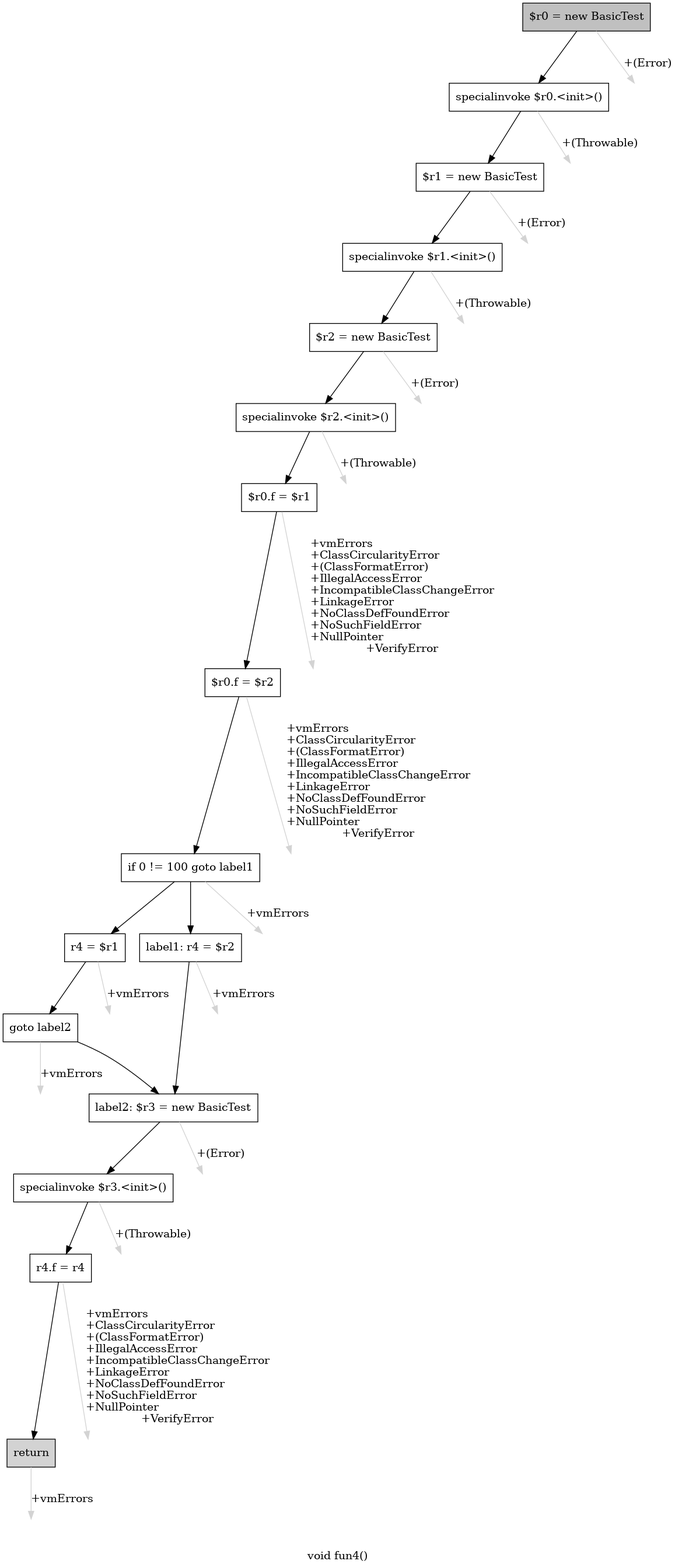
Before: cfg.png, a diagram exported from Graphviz (khushit-shah/PointsToAnalysisJava). Its source is kept beside it as cfg.dot. The source it was exported from:
```dot
digraph "void fun4()" {
    label="void fun4()";
    node [shape=box];
    "0" [style=filled,fillcolor=gray,label="$r0 = new BasicTest",];
    "1" [label="specialinvoke $r0.<init>()",];
    "0"->"1" [color=black,];
    "16" [style=invis,label="Esc",];
    "0"->"16" [color=lightgray,label="\l+(Error)",];
    "2" [label="$r1 = new BasicTest",];
    "1"->"2" [color=black,];
    "17" [style=invis,label="Esc",];
    "1"->"17" [color=lightgray,label="\l+(Throwable)",];
    "3" [label="specialinvoke $r1.<init>()",];
    "2"->"3" [color=black,];
    "18" [style=invis,label="Esc",];
    "2"->"18" [color=lightgray,label="\l+(Error)",];
    "4" [label="$r2 = new BasicTest",];
    "3"->"4" [color=black,];
    "19" [style=invis,label="Esc",];
    "3"->"19" [color=lightgray,label="\l+(Throwable)",];
    "5" [label="specialinvoke $r2.<init>()",];
    "4"->"5" [color=black,];
    "20" [style=invis,label="Esc",];
    "4"->"20" [color=lightgray,label="\l+(Error)",];
    "6" [label="$r0.f = $r1",];
    "5"->"6" [color=black,];
    "21" [style=invis,label="Esc",];
    "5"->"21" [color=lightgray,label="\l+(Throwable)",];
    "7" [label="$r0.f = $r2",];
    "6"->"7" [color=black,];
    "22" [style=invis,label="Esc",];
    "6"->"22" [color=lightgray,label="\l+vmErrors\l+ClassCircularityError\l+(ClassFormatError)\l+IllegalAccessError\l+IncompatibleClassChangeError\l+LinkageError\l+NoClassDefFoundError\l+NoSuchFieldError\l+NullPointer\l+VerifyError",];
    "8" [label="if 0 != 100 goto label1",];
    "7"->"8" [color=black,];
    "23" [style=invis,label="Esc",];
    "7"->"23" [color=lightgray,label="\l+vmErrors\l+ClassCircularityError\l+(ClassFormatError)\l+IllegalAccessError\l+IncompatibleClassChangeError\l+LinkageError\l+NoClassDefFoundError\l+NoSuchFieldError\l+NullPointer\l+VerifyError",];
    "9" [label="r4 = $r1",];
    "8"->"9" [color=black,];
    "11" [label="label1: r4 = $r2",];
    "8"->"11" [color=black,];
    "24" [style=invis,label="Esc",];
    "8"->"24" [color=lightgray,label="\l+vmErrors",];
    "10" [label="goto label2",];
    "9"->"10" [color=black,];
    "25" [style=invis,label="Esc",];
    "9"->"25" [color=lightgray,label="\l+vmErrors",];
    "12" [label="label2: $r3 = new BasicTest",];
    "10"->"12" [color=black,];
    "26" [style=invis,label="Esc",];
    "10"->"26" [color=lightgray,label="\l+vmErrors",];
    "11"->"12" [color=black,];
    "27" [style=invis,label="Esc",];
    "11"->"27" [color=lightgray,label="\l+vmErrors",];
    "13" [label="specialinvoke $r3.<init>()",];
    "12"->"13" [color=black,];
    "28" [style=invis,label="Esc",];
    "12"->"28" [color=lightgray,label="\l+(Error)",];
    "14" [label="r4.f = r4",];
    "13"->"14" [color=black,];
    "29" [style=invis,label="Esc",];
    "13"->"29" [color=lightgray,label="\l+(Throwable)",];
    "15" [style=filled,fillcolor=lightgray,label="return",];
    "14"->"15" [color=black,];
    "30" [style=invis,label="Esc",];
    "14"->"30" [color=lightgray,label="\l+vmErrors\l+ClassCircularityError\l+(ClassFormatError)\l+IllegalAccessError\l+IncompatibleClassChangeError\l+LinkageError\l+NoClassDefFoundError\l+NoSuchFieldError\l+NullPointer\l+VerifyError",];
    "31" [style=invis,label="Esc",];
    "15"->"31" [color=lightgray,label="\l+vmErrors",];
}
```
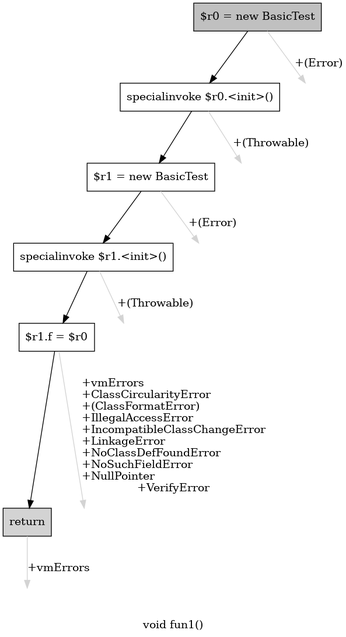
The same diagram one commit later.

The edit, as a diff of the source:
```diff
@@ -1,68 +1,27 @@
-digraph "void fun4()" {
-    label="void fun4()";
+digraph "void fun1()" {
+    label="void fun1()";
     node [shape=box];
     "0" [style=filled,fillcolor=gray,label="$r0 = new BasicTest",];
     "1" [label="specialinvoke $r0.<init>()",];
     "0"->"1" [color=black,];
-    "16" [style=invis,label="Esc",];
-    "0"->"16" [color=lightgray,label="\l+(Error)",];
+    "6" [style=invis,label="Esc",];
+    "0"->"6" [color=lightgray,label="\l+(Error)",];
     "2" [label="$r1 = new BasicTest",];
     "1"->"2" [color=black,];
-    "17" [style=invis,label="Esc",];
-    "1"->"17" [color=lightgray,label="\l+(Throwable)",];
+    "7" [style=invis,label="Esc",];
+    "1"->"7" [color=lightgray,label="\l+(Throwable)",];
     "3" [label="specialinvoke $r1.<init>()",];
     "2"->"3" [color=black,];
-    "18" [style=invis,label="Esc",];
-    "2"->"18" [color=lightgray,label="\l+(Error)",];
-    "4" [label="$r2 = new BasicTest",];
+    "8" [style=invis,label="Esc",];
+    "2"->"8" [color=lightgray,label="\l+(Error)",];
+    "4" [label="$r1.f = $r0",];
     "3"->"4" [color=black,];
-    "19" [style=invis,label="Esc",];
-    "3"->"19" [color=lightgray,label="\l+(Throwable)",];
-    "5" [label="specialinvoke $r2.<init>()",];
+    "9" [style=invis,label="Esc",];
+    "3"->"9" [color=lightgray,label="\l+(Throwable)",];
+    "5" [style=filled,fillcolor=lightgray,label="return",];
     "4"->"5" [color=black,];
-    "20" [style=invis,label="Esc",];
-    "4"->"20" [color=lightgray,label="\l+(Error)",];
-    "6" [label="$r0.f = $r1",];
-    "5"->"6" [color=black,];
-    "21" [style=invis,label="Esc",];
-    "5"->"21" [color=lightgray,label="\l+(Throwable)",];
-    "7" [label="$r0.f = $r2",];
-    "6"->"7" [color=black,];
-    "22" [style=invis,label="Esc",];
-    "6"->"22" [color=lightgray,label="\l+vmErrors\l+ClassCircularityError\l+(ClassFormatError)\l+IllegalAccessError\l+IncompatibleClassChangeError\l+LinkageError\l+NoClassDefFoundError\l+NoSuchFieldError\l+NullPointer\l+VerifyError",];
-    "8" [label="if 0 != 100 goto label1",];
-    "7"->"8" [color=black,];
-    "23" [style=invis,label="Esc",];
-    "7"->"23" [color=lightgray,label="\l+vmErrors\l+ClassCircularityError\l+(ClassFormatError)\l+IllegalAccessError\l+IncompatibleClassChangeError\l+LinkageError\l+NoClassDefFoundError\l+NoSuchFieldError\l+NullPointer\l+VerifyError",];
-    "9" [label="r4 = $r1",];
-    "8"->"9" [color=black,];
-    "11" [label="label1: r4 = $r2",];
-    "8"->"11" [color=black,];
-    "24" [style=invis,label="Esc",];
-    "8"->"24" [color=lightgray,label="\l+vmErrors",];
-    "10" [label="goto label2",];
-    "9"->"10" [color=black,];
-    "25" [style=invis,label="Esc",];
-    "9"->"25" [color=lightgray,label="\l+vmErrors",];
-    "12" [label="label2: $r3 = new BasicTest",];
-    "10"->"12" [color=black,];
-    "26" [style=invis,label="Esc",];
-    "10"->"26" [color=lightgray,label="\l+vmErrors",];
-    "11"->"12" [color=black,];
-    "27" [style=invis,label="Esc",];
-    "11"->"27" [color=lightgray,label="\l+vmErrors",];
-    "13" [label="specialinvoke $r3.<init>()",];
-    "12"->"13" [color=black,];
-    "28" [style=invis,label="Esc",];
-    "12"->"28" [color=lightgray,label="\l+(Error)",];
-    "14" [label="r4.f = r4",];
-    "13"->"14" [color=black,];
-    "29" [style=invis,label="Esc",];
-    "13"->"29" [color=lightgray,label="\l+(Throwable)",];
-    "15" [style=filled,fillcolor=lightgray,label="return",];
-    "14"->"15" [color=black,];
-    "30" [style=invis,label="Esc",];
-    "14"->"30" [color=lightgray,label="\l+vmErrors\l+ClassCircularityError\l+(ClassFormatError)\l+IllegalAccessError\l+IncompatibleClassChangeError\l+LinkageError\l+NoClassDefFoundError\l+NoSuchFieldError\l+NullPointer\l+VerifyError",];
-    "31" [style=invis,label="Esc",];
-    "15"->"31" [color=lightgray,label="\l+vmErrors",];
+    "10" [style=invis,label="Esc",];
+    "4"->"10" [color=lightgray,label="\l+vmErrors\l+ClassCircularityError\l+(ClassFormatError)\l+IllegalAccessError\l+IncompatibleClassChangeError\l+LinkageError\l+NoClassDefFoundError\l+NoSuchFieldError\l+NullPointer\l+VerifyError",];
+    "11" [style=invis,label="Esc",];
+    "5"->"11" [color=lightgray,label="\l+vmErrors",];
 }
```
